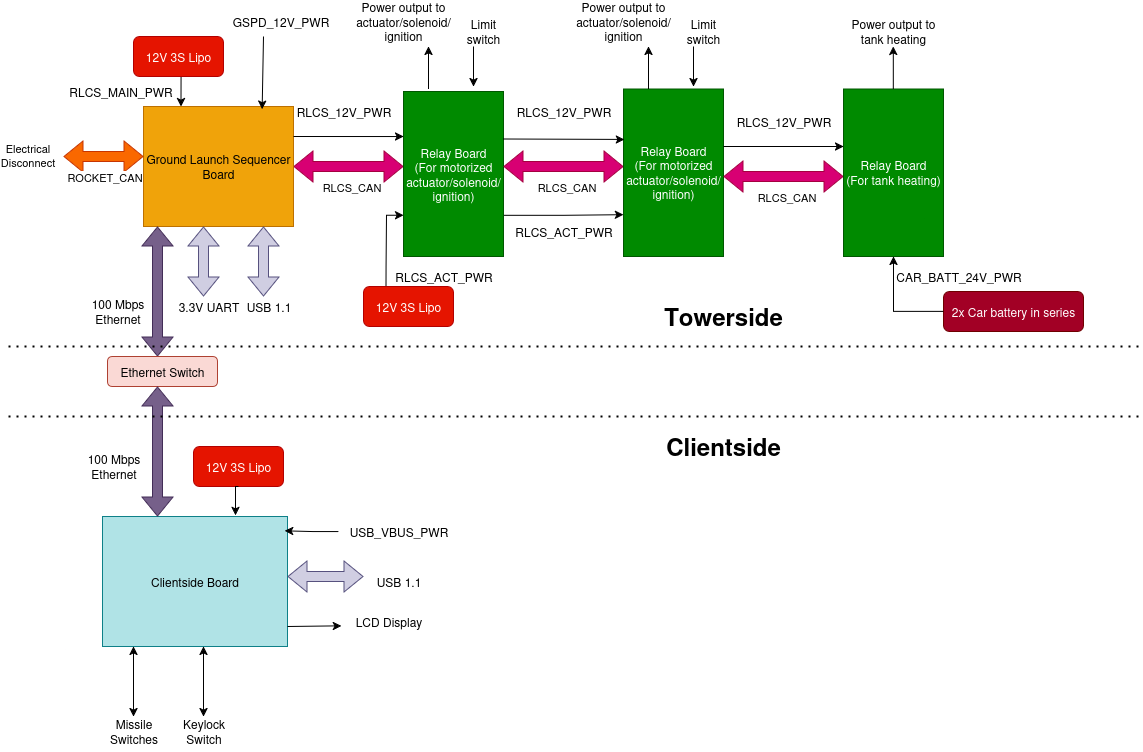
Before: electrical-gse/rlcs-v4/rlcsv4-system-architecture.png, a diagram exported from draw.io (waterloo-rocketry/docs). Source tidied: cells renumbered, new cells last; positions are measured from the earlier drawing's top-left corner, leaving out a move shared by most shapes.
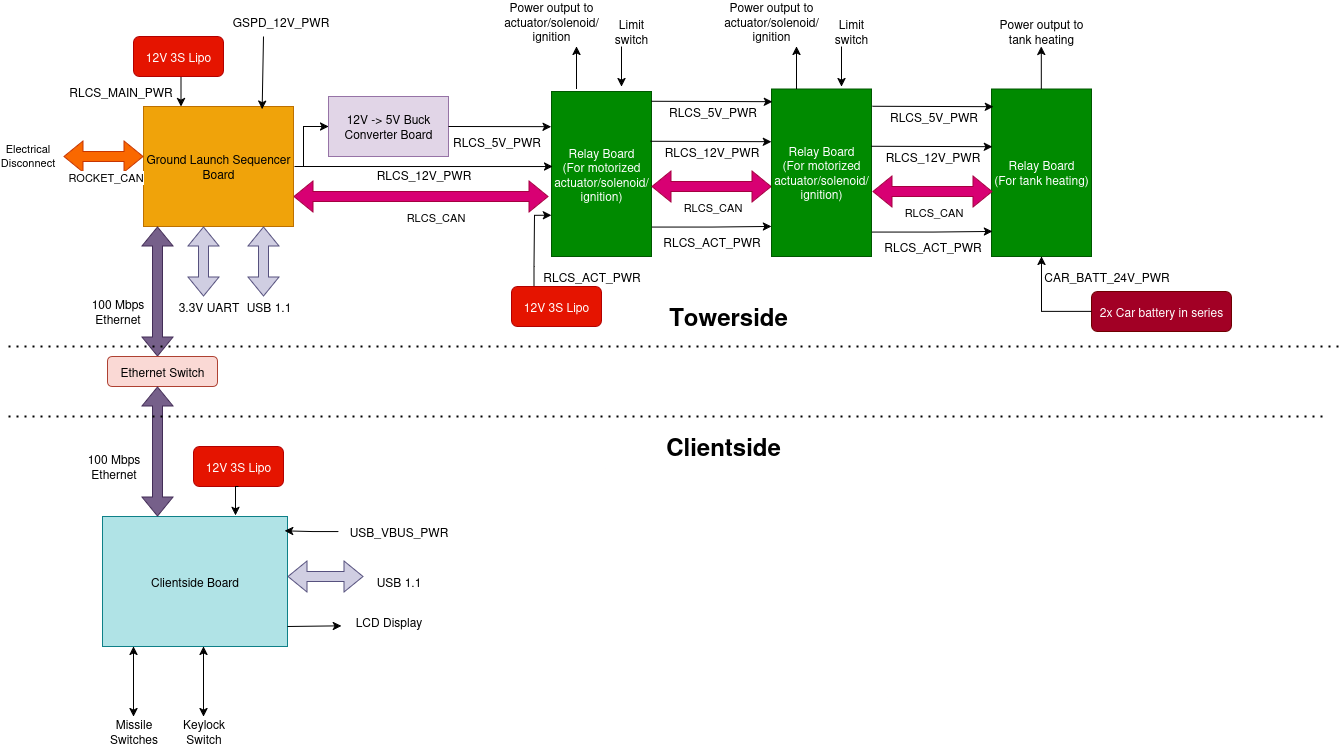
The same file after the commit.

Commit message:
Update diagram based on recent discussion

What changed in the source:
```diff
@@ -2,63 +2,71 @@
   <root>
     <mxCell id="0" />
     <mxCell id="1" parent="0" />
-    <mxCell id="2" style="shape=flexArrow;endArrow=classic;startArrow=classic;html=1;rounded=0;fillColor=#d80073;strokeColor=#A50040;exitX=1;exitY=0.5;exitDx=0;exitDy=0;" parent="1" edge="1" source="5">
+    <mxCell id="2" style="shape=flexArrow;endArrow=classic;startArrow=classic;html=1;rounded=0;fillColor=#d80073;strokeColor=#A50040;exitX=1;exitY=0.5;exitDx=0;exitDy=0;" parent="1" edge="1">
       <mxGeometry relative="1" as="geometry">
-        <mxPoint x="395" y="160" as="targetPoint" />
+        <mxPoint x="285" y="190" as="sourcePoint" />
+        <mxPoint x="540" y="190" as="targetPoint" />
       </mxGeometry>
     </mxCell>
     <mxCell id="3" value="RLCS_CAN" style="edgeLabel;html=1;align=center;verticalAlign=middle;" parent="2" vertex="1">
       <mxGeometry x="0.1" y="-4" relative="1" as="geometry">
-        <mxPoint x="-4" y="16" as="offset" />
+        <mxPoint x="-1" y="16" as="offset" />
       </mxGeometry>
     </mxCell>
     <mxCell id="4" value="RLCS_12V_PWR" style="text;html=1;align=center;verticalAlign=middle;strokeColor=none;fillColor=none;" parent="1" vertex="1">
-      <mxGeometry x="275" y="90" width="120" height="30" as="geometry" />
+      <mxGeometry x="355" y="152.5" width="120" height="30" as="geometry" />
     </mxCell>
     <mxCell id="5" value="Ground Launch Sequencer Board" style="rounded=0;whiteSpace=wrap;html=1;fillColor=#f0a30a;fontColor=#000000;strokeColor=#BD7000;" parent="1" vertex="1">
       <mxGeometry x="135" y="100" width="150" height="120" as="geometry" />
     </mxCell>
-    <mxCell id="6" style="edgeStyle=orthogonalEdgeStyle;rounded=0;jettySize=auto;html=1;exitX=1;exitY=0.75;exitDx=0;exitDy=0;entryX=0;entryY=0.75;entryDx=0;entryDy=0;" parent="1" edge="1" source="7" target="11">
-      <mxGeometry relative="1" as="geometry" />
+    <mxCell id="6" style="edgeStyle=orthogonalEdgeStyle;rounded=0;orthogonalLoop=1;jettySize=auto;html=1;exitX=1;exitY=0.75;exitDx=0;exitDy=0;entryX=0;entryY=0.75;entryDx=0;entryDy=0;" parent="1" edge="1">
+      <mxGeometry relative="1" as="geometry">
+        <mxPoint x="643" y="220.6" as="sourcePoint" />
+        <mxPoint x="763" y="220" as="targetPoint" />
+      </mxGeometry>
     </mxCell>
     <mxCell id="7" value="&lt;div&gt;Relay Board&lt;/div&gt;&lt;div&gt;(For motorized actuator/solenoid/ignition)&lt;/div&gt;" style="rounded=0;whiteSpace=wrap;html=1;fillColor=#008a00;fontColor=#ffffff;strokeColor=#005700;" parent="1" vertex="1">
-      <mxGeometry x="395" y="85" width="100" height="165" as="geometry" />
+      <mxGeometry x="543" y="85" width="100" height="165" as="geometry" />
     </mxCell>
-    <mxCell id="8" style="shape=flexArrow;endArrow=classic;startArrow=classic;html=1;rounded=0;fillColor=#d80073;strokeColor=#A50040;entryX=0;entryY=0.463;entryDx=0;entryDy=0;entryPerimeter=0;" parent="1" edge="1" target="11">
+    <mxCell id="8" style="shape=flexArrow;endArrow=classic;startArrow=classic;html=1;rounded=0;fillColor=#d80073;strokeColor=#A50040;entryX=0;entryY=0.463;entryDx=0;entryDy=0;entryPerimeter=0;" parent="1" edge="1">
       <mxGeometry relative="1" as="geometry">
-        <mxPoint x="495" y="160" as="sourcePoint" />
+        <mxPoint x="643" y="180" as="sourcePoint" />
+        <mxPoint x="763" y="180.1" as="targetPoint" />
       </mxGeometry>
     </mxCell>
     <mxCell id="9" value="RLCS_CAN" style="edgeLabel;html=1;align=center;verticalAlign=middle;" parent="8" vertex="1">
       <mxGeometry x="0.1" y="-4" relative="1" as="geometry">
-        <mxPoint x="-4" y="16" as="offset" />
+        <mxPoint x="-6" y="16" as="offset" />
       </mxGeometry>
     </mxCell>
     <mxCell id="10" value="RLCS_12V_PWR" style="text;html=1;align=center;verticalAlign=middle;strokeColor=none;fillColor=none;" parent="1" vertex="1">
-      <mxGeometry x="495" y="90" width="120" height="30" as="geometry" />
+      <mxGeometry x="643" y="130" width="120" height="30" as="geometry" />
     </mxCell>
     <mxCell id="11" value="&lt;div&gt;Relay Board&lt;/div&gt;&lt;div&gt;(For motorized actuator/solenoid/ignition)&lt;/div&gt;" style="rounded=0;whiteSpace=wrap;html=1;fillColor=#008a00;fontColor=#ffffff;strokeColor=#005700;" parent="1" vertex="1">
-      <mxGeometry x="615" y="82.5" width="100" height="167.5" as="geometry" />
+      <mxGeometry x="763" y="82.5" width="100" height="167.5" as="geometry" />
     </mxCell>
     <mxCell id="12" value="RLCS_ACT_PWR" style="text;html=1;align=center;verticalAlign=middle;strokeColor=none;fillColor=none;" parent="1" vertex="1">
-      <mxGeometry x="495" y="210" width="120" height="30" as="geometry" />
+      <mxGeometry x="643" y="220" width="120" height="30" as="geometry" />
     </mxCell>
     <mxCell id="13" style="edgeStyle=orthogonalEdgeStyle;rounded=0;jettySize=auto;html=1;exitX=0.25;exitY=0;exitDx=0;exitDy=0;entryX=0;entryY=0.75;entryDx=0;entryDy=0;" parent="1" edge="1" source="14" target="7">
       <mxGeometry relative="1" as="geometry">
         <Array as="points">
-          <mxPoint x="378" y="260" />
-          <mxPoint x="378" y="209" />
+          <mxPoint x="526" y="260" />
+          <mxPoint x="526" y="209" />
         </Array>
       </mxGeometry>
     </mxCell>
     <mxCell id="14" value="12V 3S Lipo" style="rounded=1;whiteSpace=wrap;html=1;fillColor=#e51400;fontColor=#ffffff;strokeColor=#B20000;" parent="1" vertex="1">
-      <mxGeometry x="355" y="280" width="90" height="40" as="geometry" />
+      <mxGeometry x="503" y="280" width="90" height="40" as="geometry" />
     </mxCell>
     <mxCell id="15" value="RLCS_ACT_PWR" style="text;html=1;align=center;verticalAlign=middle;strokeColor=none;fillColor=none;" parent="1" vertex="1">
-      <mxGeometry x="375" y="255" width="120" height="30" as="geometry" />
+      <mxGeometry x="523" y="255" width="120" height="30" as="geometry" />
     </mxCell>
-    <mxCell id="16" style="endArrow=classic;html=1;rounded=0;entryX=0;entryY=0.273;entryDx=0;entryDy=0;exitX=1;exitY=0.25;exitDx=0;exitDy=0;entryPerimeter=0;" parent="1" edge="1" source="5" target="7">
-      <mxGeometry relative="1" as="geometry" />
+    <mxCell id="16" style="endArrow=classic;html=1;rounded=0;entryX=0;entryY=0.273;entryDx=0;entryDy=0;exitX=1;exitY=0.25;exitDx=0;exitDy=0;entryPerimeter=0;" parent="1" edge="1">
+      <mxGeometry relative="1" as="geometry">
+        <mxPoint x="286" y="160" as="sourcePoint" />
+        <mxPoint x="544" y="160" as="targetPoint" />
+      </mxGeometry>
     </mxCell>
     <mxCell id="17" style="shape=flexArrow;endArrow=classic;startArrow=classic;html=1;rounded=0;fillColor=#76608a;strokeColor=#432D57;" parent="1" edge="1">
       <mxGeometry relative="1" as="geometry">
@@ -129,16 +137,16 @@
     <mxCell id="33" style="endArrow=none;dashed=1;html=1;dashPattern=1 3;strokeWidth=2;rounded=0;" parent="1" edge="1">
       <mxGeometry relative="1" as="geometry">
         <mxPoint y="340" as="sourcePoint" />
-        <mxPoint x="1130" y="340" as="targetPoint" />
+        <mxPoint x="1330" y="340" as="targetPoint" />
       </mxGeometry>
     </mxCell>
     <mxCell id="34" value="&lt;h1&gt;Towerside&lt;/h1&gt;" style="text;html=1;align=center;verticalAlign=middle;whiteSpace=wrap;rounded=0;" parent="1" vertex="1">
-      <mxGeometry x="685" y="295" width="60" height="30" as="geometry" />
+      <mxGeometry x="690" y="295" width="60" height="30" as="geometry" />
     </mxCell>
     <mxCell id="35" style="endArrow=none;dashed=1;html=1;dashPattern=1 3;strokeWidth=2;rounded=0;" parent="1" edge="1">
       <mxGeometry relative="1" as="geometry">
         <mxPoint y="410" as="sourcePoint" />
-        <mxPoint x="1131.9" y="410" as="targetPoint" />
+        <mxPoint x="1320" y="410" as="targetPoint" />
       </mxGeometry>
     </mxCell>
     <mxCell id="36" value="&lt;h1&gt;Clientside&lt;/h1&gt;" style="text;html=1;align=center;verticalAlign=middle;whiteSpace=wrap;rounded=0;" parent="1" vertex="1">
@@ -146,88 +154,69 @@
     </mxCell>
     <mxCell id="37" style="endArrow=classic;html=1;rounded=0;" parent="1" edge="1">
       <mxGeometry relative="1" as="geometry">
-        <mxPoint x="420" y="82.5" as="sourcePoint" />
-        <mxPoint x="420" y="40" as="targetPoint" />
+        <mxPoint x="568" y="82.5" as="sourcePoint" />
+        <mxPoint x="568" y="40" as="targetPoint" />
       </mxGeometry>
     </mxCell>
     <mxCell id="38" value="Power output to actuator/solenoid/ignition" style="text;html=1;align=center;verticalAlign=middle;whiteSpace=wrap;rounded=0;" parent="1" vertex="1">
-      <mxGeometry x="345" width="100" height="30" as="geometry" />
+      <mxGeometry x="493" width="100" height="30" as="geometry" />
     </mxCell>
     <mxCell id="39" style="endArrow=classic;html=1;rounded=0;" parent="1" edge="1">
       <mxGeometry relative="1" as="geometry">
-        <mxPoint x="465" y="40" as="sourcePoint" />
-        <mxPoint x="465" y="80" as="targetPoint" />
+        <mxPoint x="613" y="40" as="sourcePoint" />
+        <mxPoint x="613" y="80" as="targetPoint" />
       </mxGeometry>
     </mxCell>
     <mxCell id="40" value="&lt;div&gt;Limit switch&lt;/div&gt;" style="text;html=1;align=center;verticalAlign=middle;whiteSpace=wrap;rounded=0;" parent="1" vertex="1">
-      <mxGeometry x="445" y="10" width="60" height="30" as="geometry" />
+      <mxGeometry x="593" y="10" width="60" height="30" as="geometry" />
     </mxCell>
     <mxCell id="41" style="endArrow=classic;html=1;rounded=0;" parent="1" edge="1">
       <mxGeometry relative="1" as="geometry">
-        <mxPoint x="640" y="82.5" as="sourcePoint" />
-        <mxPoint x="640" y="40" as="targetPoint" />
+        <mxPoint x="788" y="82.5" as="sourcePoint" />
+        <mxPoint x="788" y="40" as="targetPoint" />
       </mxGeometry>
     </mxCell>
     <mxCell id="42" value="Power output to actuator/solenoid/ignition" style="text;html=1;align=center;verticalAlign=middle;whiteSpace=wrap;rounded=0;" parent="1" vertex="1">
-      <mxGeometry x="565" width="100" height="30" as="geometry" />
+      <mxGeometry x="713" width="100" height="30" as="geometry" />
     </mxCell>
     <mxCell id="43" style="endArrow=classic;html=1;rounded=0;" parent="1" edge="1">
       <mxGeometry relative="1" as="geometry">
-        <mxPoint x="685" y="40" as="sourcePoint" />
-        <mxPoint x="685" y="80" as="targetPoint" />
+        <mxPoint x="833" y="40" as="sourcePoint" />
+        <mxPoint x="833" y="80" as="targetPoint" />
       </mxGeometry>
     </mxCell>
     <mxCell id="44" value="&lt;div&gt;Limit switch&lt;/div&gt;" style="text;html=1;align=center;verticalAlign=middle;whiteSpace=wrap;rounded=0;" parent="1" vertex="1">
-      <mxGeometry x="665" y="10" width="60" height="30" as="geometry" />
+      <mxGeometry x="813" y="10" width="60" height="30" as="geometry" />
     </mxCell>
-    <mxCell id="45" style="shape=flexArrow;endArrow=classic;startArrow=classic;html=1;rounded=0;fillColor=#d80073;strokeColor=#A50040;entryX=0;entryY=0.463;entryDx=0;entryDy=0;entryPerimeter=0;" parent="1" edge="1">
-      <mxGeometry relative="1" as="geometry">
-        <mxPoint x="715" y="170" as="sourcePoint" />
-        <mxPoint x="835" y="170" as="targetPoint" />
-      </mxGeometry>
-    </mxCell>
-    <mxCell id="46" value="RLCS_CAN" style="edgeLabel;html=1;align=center;verticalAlign=middle;" parent="45" vertex="1">
-      <mxGeometry x="0.1" y="-4" relative="1" as="geometry">
-        <mxPoint x="-4" y="16" as="offset" />
-      </mxGeometry>
-    </mxCell>
-    <mxCell id="47" value="RLCS_12V_PWR" style="text;html=1;align=center;verticalAlign=middle;strokeColor=none;fillColor=none;" parent="1" vertex="1">
-      <mxGeometry x="715" y="100" width="120" height="30" as="geometry" />
-    </mxCell>
     <mxCell id="48" value="&lt;div&gt;Relay Board&lt;/div&gt;&lt;div&gt;(For tank heating)&lt;/div&gt;" style="rounded=0;whiteSpace=wrap;html=1;fillColor=#008a00;fontColor=#ffffff;strokeColor=#005700;" parent="1" vertex="1">
-      <mxGeometry x="835" y="82.5" width="100" height="167.5" as="geometry" />
+      <mxGeometry x="983" y="82.5" width="100" height="167.5" as="geometry" />
     </mxCell>
-    <mxCell id="49" style="endArrow=classic;html=1;rounded=0;" parent="1" edge="1">
-      <mxGeometry relative="1" as="geometry">
-        <mxPoint x="715" y="140" as="sourcePoint" />
-        <mxPoint x="835" y="140" as="targetPoint" />
-      </mxGeometry>
-    </mxCell>
-    <mxCell id="50" style="endArrow=classic;html=1;rounded=0;entryX=0.01;entryY=0.301;entryDx=0;entryDy=0;entryPerimeter=0;" parent="1" edge="1" target="11">
+    <mxCell id="50" style="endArrow=classic;html=1;rounded=0;entryX=0.01;entryY=0.301;entryDx=0;entryDy=0;entryPerimeter=0;" parent="1" edge="1">
       <mxGeometry relative="1" as="geometry">
-        <mxPoint x="495" y="132.5" as="sourcePoint" />
+        <mxPoint x="642" y="134.8" as="sourcePoint" />
+        <mxPoint x="763" y="135.2" as="targetPoint" />
       </mxGeometry>
     </mxCell>
     <mxCell id="51" value="Power output to tank heating" style="text;html=1;align=center;verticalAlign=middle;whiteSpace=wrap;rounded=0;" parent="1" vertex="1">
-      <mxGeometry x="835" y="10" width="100" height="30" as="geometry" />
+      <mxGeometry x="983" y="10" width="100" height="30" as="geometry" />
     </mxCell>
     <mxCell id="52" style="endArrow=classic;html=1;rounded=0;" parent="1" edge="1">
       <mxGeometry relative="1" as="geometry">
-        <mxPoint x="884.8" y="82.5" as="sourcePoint" />
-        <mxPoint x="884.8" y="40" as="targetPoint" />
+        <mxPoint x="1032.8" y="82.5" as="sourcePoint" />
+        <mxPoint x="1032.8" y="40" as="targetPoint" />
       </mxGeometry>
     </mxCell>
     <mxCell id="53" value="CAR_BATT_24V_PWR" style="text;html=1;align=center;verticalAlign=middle;strokeColor=none;fillColor=none;" parent="1" vertex="1">
-      <mxGeometry x="875" y="255" width="150" height="30" as="geometry" />
+      <mxGeometry x="1023" y="255" width="150" height="30" as="geometry" />
     </mxCell>
     <mxCell id="54" value="2x Car battery in series" style="rounded=1;whiteSpace=wrap;html=1;fillColor=#a20025;fontColor=#ffffff;strokeColor=#6F0000;" parent="1" vertex="1">
-      <mxGeometry x="935" y="285" width="140" height="40" as="geometry" />
+      <mxGeometry x="1083" y="285" width="140" height="40" as="geometry" />
     </mxCell>
     <mxCell id="55" style="endArrow=classic;html=1;rounded=0;entryX=0.5;entryY=1;entryDx=0;entryDy=0;" parent="1" edge="1" target="48">
       <mxGeometry relative="1" as="geometry">
-        <mxPoint x="935" y="305" as="sourcePoint" />
+        <mxPoint x="1083" y="305" as="sourcePoint" />
         <Array as="points">
-          <mxPoint x="885" y="305" />
+          <mxPoint x="1033" y="305" />
         </Array>
       </mxGeometry>
     </mxCell>
@@ -287,5 +276,71 @@
     <mxCell id="69" style="edgeStyle=orthogonalEdgeStyle;rounded=0;jettySize=auto;html=1;entryX=0.985;entryY=0.11;entryDx=0;entryDy=0;entryPerimeter=0;" parent="1" edge="1" source="68" target="26">
       <mxGeometry relative="1" as="geometry" />
     </mxCell>
+    <mxCell id="70" value="12V -&amp;gt; 5V Buck Converter Board" style="rounded=0;whiteSpace=wrap;html=1;fillColor=#e1d5e7;strokeColor=#9673a6;" parent="1" vertex="1">
+      <mxGeometry x="320" y="90" width="120" height="60" as="geometry" />
+    </mxCell>
+    <mxCell id="71" style="endArrow=classic;html=1;rounded=0;entryX=0;entryY=0.5;entryDx=0;entryDy=0;" parent="1" edge="1" target="70">
+      <mxGeometry relative="1" as="geometry">
+        <mxPoint x="295" y="160" as="sourcePoint" />
+        <Array as="points">
+          <mxPoint x="295" y="120" />
+        </Array>
+      </mxGeometry>
+    </mxCell>
+    <mxCell id="72" style="endArrow=classic;html=1;rounded=0;entryX=-0.005;entryY=0.213;entryDx=0;entryDy=0;entryPerimeter=0;" parent="1" edge="1" target="7">
+      <mxGeometry relative="1" as="geometry">
+        <mxPoint x="440" y="120" as="sourcePoint" />
+      </mxGeometry>
+    </mxCell>
+    <mxCell id="73" value="RLCS_5V_PWR" style="text;html=1;align=center;verticalAlign=middle;strokeColor=none;fillColor=none;" parent="1" vertex="1">
+      <mxGeometry x="433" y="120" width="110" height="30" as="geometry" />
+    </mxCell>
+    <mxCell id="74" value="RLCS_5V_PWR" style="text;html=1;align=center;verticalAlign=middle;strokeColor=none;fillColor=none;" parent="1" vertex="1">
+      <mxGeometry x="649" y="90" width="110" height="30" as="geometry" />
+    </mxCell>
+    <mxCell id="75" style="endArrow=classic;html=1;rounded=0;entryX=0.01;entryY=0.301;entryDx=0;entryDy=0;entryPerimeter=0;" parent="1" edge="1">
+      <mxGeometry relative="1" as="geometry">
+        <mxPoint x="643" y="94.8" as="sourcePoint" />
+        <mxPoint x="764" y="95.2" as="targetPoint" />
+      </mxGeometry>
+    </mxCell>
+    <mxCell id="76" style="edgeStyle=orthogonalEdgeStyle;rounded=0;orthogonalLoop=1;jettySize=auto;html=1;exitX=1;exitY=0.75;exitDx=0;exitDy=0;entryX=0;entryY=0.75;entryDx=0;entryDy=0;" parent="1" edge="1">
+      <mxGeometry relative="1" as="geometry">
+        <mxPoint x="864" y="225.6" as="sourcePoint" />
+        <mxPoint x="984" y="225" as="targetPoint" />
+      </mxGeometry>
+    </mxCell>
+    <mxCell id="77" style="shape=flexArrow;endArrow=classic;startArrow=classic;html=1;rounded=0;fillColor=#d80073;strokeColor=#A50040;entryX=0;entryY=0.463;entryDx=0;entryDy=0;entryPerimeter=0;" parent="1" edge="1">
+      <mxGeometry relative="1" as="geometry">
+        <mxPoint x="864" y="185" as="sourcePoint" />
+        <mxPoint x="984" y="185.1" as="targetPoint" />
+      </mxGeometry>
+    </mxCell>
+    <mxCell id="46" value="RLCS_CAN" style="edgeLabel;html=1;align=center;verticalAlign=middle;" parent="77" vertex="1">
+      <mxGeometry x="0.1" y="-4" relative="1" as="geometry">
+        <mxPoint x="-6" y="16" as="offset" />
+      </mxGeometry>
+    </mxCell>
+    <mxCell id="47" value="RLCS_12V_PWR" style="text;html=1;align=center;verticalAlign=middle;strokeColor=none;fillColor=none;" parent="1" vertex="1">
+      <mxGeometry x="864" y="135" width="120" height="30" as="geometry" />
+    </mxCell>
+    <mxCell id="78" value="RLCS_ACT_PWR" style="text;html=1;align=center;verticalAlign=middle;strokeColor=none;fillColor=none;" parent="1" vertex="1">
+      <mxGeometry x="864" y="225" width="120" height="30" as="geometry" />
+    </mxCell>
+    <mxCell id="79" style="endArrow=classic;html=1;rounded=0;entryX=0.01;entryY=0.301;entryDx=0;entryDy=0;entryPerimeter=0;" parent="1" edge="1">
+      <mxGeometry relative="1" as="geometry">
+        <mxPoint x="863" y="139.8" as="sourcePoint" />
+        <mxPoint x="984" y="140.2" as="targetPoint" />
+      </mxGeometry>
+    </mxCell>
+    <mxCell id="80" value="RLCS_5V_PWR" style="text;html=1;align=center;verticalAlign=middle;strokeColor=none;fillColor=none;" parent="1" vertex="1">
+      <mxGeometry x="870" y="95" width="110" height="30" as="geometry" />
+    </mxCell>
+    <mxCell id="81" style="endArrow=classic;html=1;rounded=0;entryX=0.01;entryY=0.301;entryDx=0;entryDy=0;entryPerimeter=0;" parent="1" edge="1">
+      <mxGeometry relative="1" as="geometry">
+        <mxPoint x="864" y="99.8" as="sourcePoint" />
+        <mxPoint x="985" y="100.2" as="targetPoint" />
+      </mxGeometry>
+    </mxCell>
   </root>
 </mxGraphModel>
```
